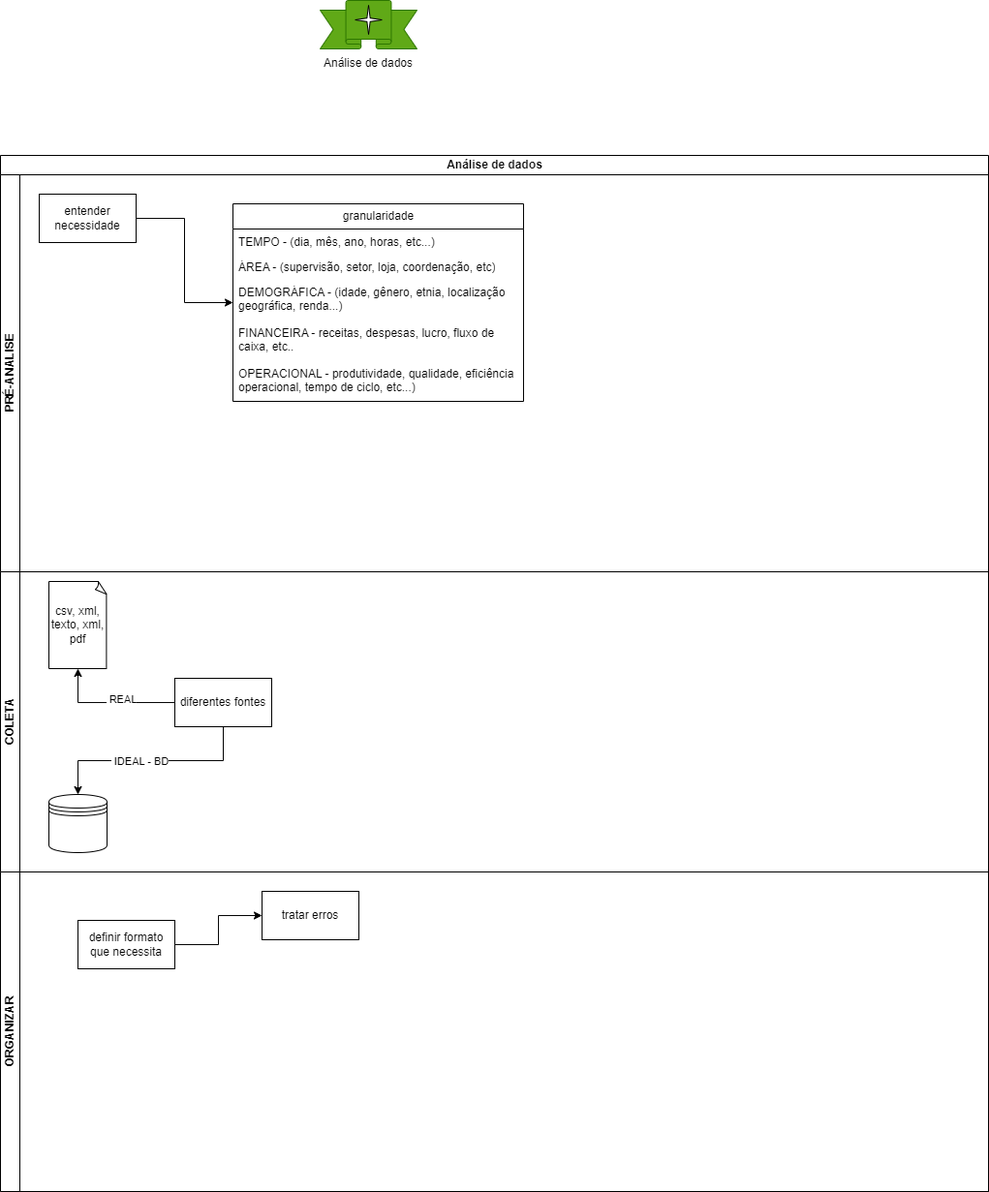
This is mapa-mental/Analise-de-dados.drawio.png from RenatoDeFreitas/ANALISE-DE-DADOS, a draw.io export, as it was before one commit. Source tidied: cells renumbered, new cells last; positions are measured from the earlier drawing's top-left corner, leaving out a move shared by most shapes.
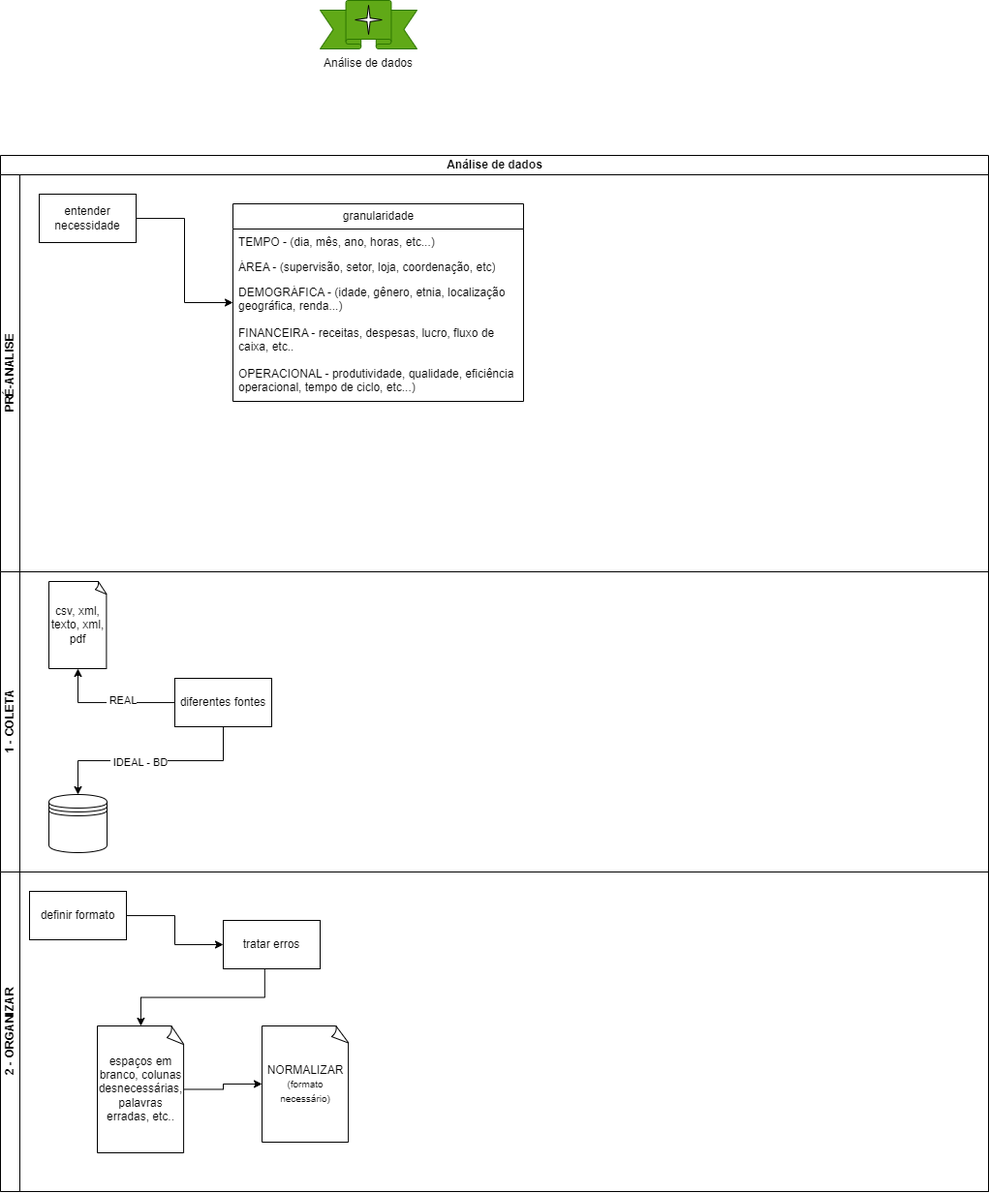
Later version of the same file.

Diff of the diagram source:
```diff
@@ -44,7 +44,7 @@
     <mxCell id="15" value="&lt;div&gt;OPERACIONAL - produtividade, qualidade, eficiência operacional, tempo de ciclo, etc...)&lt;/div&gt;" style="text;strokeColor=none;fillColor=none;align=left;verticalAlign=top;spacingLeft=4;spacingRight=4;overflow=hidden;whiteSpace=wrap;html=1;" parent="10" vertex="1">
       <mxGeometry y="162" width="300" height="42" as="geometry" />
     </mxCell>
-    <mxCell id="16" value="COLETA" style="swimlane;startSize=20;horizontal=0;html=1;" parent="6" vertex="1">
+    <mxCell id="16" value="1 - COLETA" style="swimlane;startSize=20;horizontal=0;html=1;" parent="6" vertex="1">
       <mxGeometry y="430" width="1020" height="310" as="geometry" />
     </mxCell>
     <mxCell id="17" style="edgeStyle=orthogonalEdgeStyle;rounded=0;jettySize=auto;html=1;exitX=0.5;exitY=1;exitDx=0;exitDy=0;" parent="16" edge="1" source="21" target="22">
@@ -68,17 +68,29 @@
     <mxCell id="23" value="csv, xml, texto, xml, pdf" style="whiteSpace=wrap;html=1;shape=mxgraph.basic.document;" parent="16" vertex="1">
       <mxGeometry x="50" y="10" width="60" height="90" as="geometry" />
     </mxCell>
-    <mxCell id="24" value="ORGANIZAR" style="swimlane;startSize=20;horizontal=0;html=1;" parent="6" vertex="1">
+    <mxCell id="24" value="2 - ORGANIZAR" style="swimlane;startSize=20;horizontal=0;html=1;" parent="6" vertex="1">
       <mxGeometry y="740" width="1020" height="330" as="geometry" />
     </mxCell>
     <mxCell id="25" style="edgeStyle=orthogonalEdgeStyle;rounded=0;jettySize=auto;html=1;entryX=0;entryY=0.5;entryDx=0;entryDy=0;" parent="24" edge="1" source="26" target="27">
       <mxGeometry relative="1" as="geometry" />
     </mxCell>
-    <mxCell id="26" value="definir formato que necessita" style="rounded=0;whiteSpace=wrap;html=1;" parent="24" vertex="1">
-      <mxGeometry x="80" y="50" width="100" height="50" as="geometry" />
+    <mxCell id="26" value="definir formato" style="rounded=0;whiteSpace=wrap;html=1;" parent="24" vertex="1">
+      <mxGeometry x="30" y="20" width="100" height="50" as="geometry" />
     </mxCell>
+    <mxCell id="28" style="edgeStyle=orthogonalEdgeStyle;rounded=0;jettySize=auto;html=1;exitX=0.428;exitY=0.982;exitDx=0;exitDy=0;exitPerimeter=0;" parent="24" edge="1" source="27" target="30">
+      <mxGeometry relative="1" as="geometry" />
+    </mxCell>
     <mxCell id="27" value="tratar erros" style="rounded=0;whiteSpace=wrap;html=1;" parent="24" vertex="1">
-      <mxGeometry x="270" y="20" width="100" height="50" as="geometry" />
+      <mxGeometry x="230" y="50" width="100" height="50" as="geometry" />
     </mxCell>
+    <mxCell id="29" style="edgeStyle=orthogonalEdgeStyle;rounded=0;jettySize=auto;html=1;" parent="24" edge="1" source="30" target="31">
+      <mxGeometry relative="1" as="geometry" />
+    </mxCell>
+    <mxCell id="30" value="espaços em branco, colunas desnecessárias, palavras erradas, etc.." style="whiteSpace=wrap;html=1;shape=mxgraph.basic.document;" parent="24" vertex="1">
+      <mxGeometry x="100" y="159" width="90" height="131" as="geometry" />
+    </mxCell>
+    <mxCell id="31" value="NORMALIZAR&lt;font style=&quot;font-size: 10px;&quot;&gt; (formato necessário)&lt;/font&gt;" style="whiteSpace=wrap;html=1;shape=mxgraph.basic.document;" parent="24" vertex="1">
+      <mxGeometry x="270" y="159" width="90" height="120" as="geometry" />
+    </mxCell>
   </root>
 </mxGraphModel>
```
